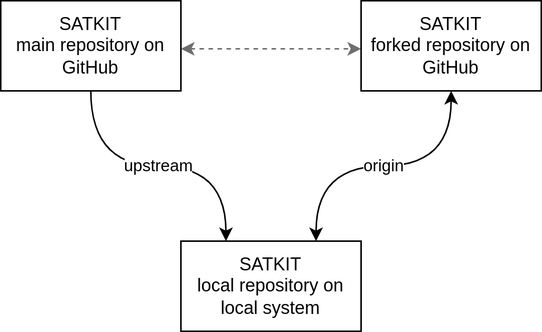
giuthas/satkit keeps this draw.io diagram as docs/forking_satkit.drawio.png. Above is the earlier version. Source tidied: cells renumbered, new cells last; positions are measured from the earlier drawing's top-left corner, leaving out a move shared by most shapes. Source of this version:
```xml
<mxGraphModel>
  <root>
    <mxCell id="0" />
    <mxCell id="1" parent="0" />
    <mxCell id="2" value="upstream" style="edgeStyle=orthogonalEdgeStyle;rounded=0;jettySize=auto;html=1;exitX=0.5;exitY=1;exitDx=0;exitDy=0;entryX=0.25;entryY=0;entryDx=0;entryDy=0;curved=1;" parent="1" edge="1" source="4" target="7">
      <mxGeometry relative="1" as="geometry" />
    </mxCell>
    <mxCell id="3" style="edgeStyle=orthogonalEdgeStyle;rounded=0;orthogonalLoop=1;jettySize=auto;html=1;exitX=1;exitY=0.5;exitDx=0;exitDy=0;startArrow=classic;startFill=1;endArrow=classic;endFill=1;dashed=1;strokeColor=#6E6E6E;" parent="1" edge="1">
      <mxGeometry relative="1" as="geometry">
        <mxPoint x="120" y="32" as="sourcePoint" />
        <mxPoint x="240" y="32" as="targetPoint" />
      </mxGeometry>
    </mxCell>
    <mxCell id="4" value="SATKIT&lt;br&gt;main repository on GitHub" style="rounded=0;whiteSpace=wrap;html=1;" parent="1" vertex="1">
      <mxGeometry width="120" height="60" as="geometry" />
    </mxCell>
    <mxCell id="5" value="origin" style="edgeStyle=orthogonalEdgeStyle;rounded=0;jettySize=auto;html=1;exitX=0.5;exitY=1;exitDx=0;exitDy=0;entryX=0.75;entryY=0;entryDx=0;entryDy=0;endArrow=classic;endFill=1;startArrow=classic;startFill=1;curved=1;" parent="1" edge="1" source="6" target="7">
      <mxGeometry relative="1" as="geometry" />
    </mxCell>
    <mxCell id="6" value="SATKIT&lt;br&gt;forked repository on GitHub" style="rounded=0;whiteSpace=wrap;html=1;" parent="1" vertex="1">
      <mxGeometry x="240" width="120" height="60" as="geometry" />
    </mxCell>
    <mxCell id="7" value="SATKIT&lt;br&gt;local repository on local system" style="rounded=0;whiteSpace=wrap;html=1;" parent="1" vertex="1">
      <mxGeometry x="120" y="160" width="120" height="60" as="geometry" />
    </mxCell>
  </root>
</mxGraphModel>
```
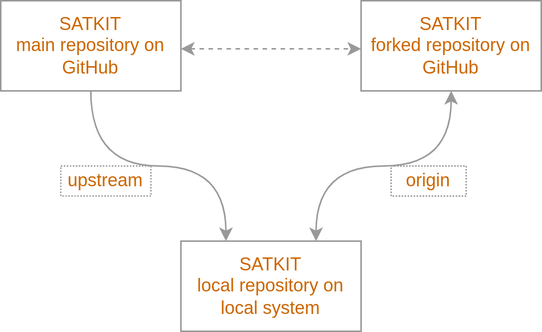
After the change.

Change to the diagram source:
```diff
@@ -2,26 +2,36 @@
   <root>
     <mxCell id="0" />
     <mxCell id="1" parent="0" />
-    <mxCell id="2" value="upstream" style="edgeStyle=orthogonalEdgeStyle;rounded=0;jettySize=auto;html=1;exitX=0.5;exitY=1;exitDx=0;exitDy=0;entryX=0.25;entryY=0;entryDx=0;entryDy=0;curved=1;" parent="1" edge="1" source="4" target="7">
-      <mxGeometry relative="1" as="geometry" />
+    <mxCell id="2" style="edgeStyle=orthogonalEdgeStyle;rounded=0;jettySize=auto;html=1;exitX=0.5;exitY=1;exitDx=0;exitDy=0;entryX=0.25;entryY=0;entryDx=0;entryDy=0;curved=1;labelBackgroundColor=none;strokeColor=#999999;fontColor=#CC6600;" parent="1" edge="1" source="4" target="7">
+      <mxGeometry x="-0.47" y="-149" relative="1" as="geometry">
+        <mxPoint x="-50" y="-9" as="offset" />
+      </mxGeometry>
     </mxCell>
-    <mxCell id="3" style="edgeStyle=orthogonalEdgeStyle;rounded=0;orthogonalLoop=1;jettySize=auto;html=1;exitX=1;exitY=0.5;exitDx=0;exitDy=0;startArrow=classic;startFill=1;endArrow=classic;endFill=1;dashed=1;strokeColor=#6E6E6E;" parent="1" edge="1">
+    <mxCell id="3" style="edgeStyle=orthogonalEdgeStyle;rounded=0;orthogonalLoop=1;jettySize=auto;html=1;exitX=1;exitY=0.5;exitDx=0;exitDy=0;startArrow=classic;startFill=1;endArrow=classic;endFill=1;dashed=1;strokeColor=#999999;labelBackgroundColor=none;fontColor=#CC6600;" parent="1" edge="1">
       <mxGeometry relative="1" as="geometry">
         <mxPoint x="120" y="32" as="sourcePoint" />
         <mxPoint x="240" y="32" as="targetPoint" />
       </mxGeometry>
     </mxCell>
-    <mxCell id="4" value="SATKIT&lt;br&gt;main repository on GitHub" style="rounded=0;whiteSpace=wrap;html=1;" parent="1" vertex="1">
+    <mxCell id="4" value="SATKIT&lt;br&gt;main repository on GitHub" style="rounded=0;whiteSpace=wrap;html=1;fontColor=#CC6600;labelBackgroundColor=none;fillColor=none;strokeColor=#999999;" parent="1" vertex="1">
       <mxGeometry width="120" height="60" as="geometry" />
     </mxCell>
-    <mxCell id="5" value="origin" style="edgeStyle=orthogonalEdgeStyle;rounded=0;jettySize=auto;html=1;exitX=0.5;exitY=1;exitDx=0;exitDy=0;entryX=0.75;entryY=0;entryDx=0;entryDy=0;endArrow=classic;endFill=1;startArrow=classic;startFill=1;curved=1;" parent="1" edge="1" source="6" target="7">
-      <mxGeometry relative="1" as="geometry" />
+    <mxCell id="5" style="edgeStyle=orthogonalEdgeStyle;rounded=0;jettySize=auto;html=1;exitX=0.5;exitY=1;exitDx=0;exitDy=0;entryX=0.75;entryY=0;entryDx=0;entryDy=0;endArrow=classic;endFill=1;startArrow=classic;startFill=1;curved=1;labelBackgroundColor=none;strokeColor=#999999;fontColor=#CC6600;labelBorderColor=#999999;" parent="1" edge="1" source="6" target="7">
+      <mxGeometry x="-0.47" y="76" relative="1" as="geometry">
+        <mxPoint x="30" y="-6" as="offset" />
+      </mxGeometry>
     </mxCell>
-    <mxCell id="6" value="SATKIT&lt;br&gt;forked repository on GitHub" style="rounded=0;whiteSpace=wrap;html=1;" parent="1" vertex="1">
+    <mxCell id="6" value="SATKIT&lt;br&gt;forked repository on GitHub" style="rounded=0;whiteSpace=wrap;html=1;fontColor=#CC6600;labelBackgroundColor=none;fillColor=none;strokeColor=#999999;" parent="1" vertex="1">
       <mxGeometry x="240" width="120" height="60" as="geometry" />
     </mxCell>
-    <mxCell id="7" value="SATKIT&lt;br&gt;local repository on local system" style="rounded=0;whiteSpace=wrap;html=1;" parent="1" vertex="1">
+    <mxCell id="7" value="SATKIT&lt;br&gt;local repository on local system" style="rounded=0;whiteSpace=wrap;html=1;fontColor=#CC6600;labelBackgroundColor=none;fillColor=none;strokeColor=#999999;" parent="1" vertex="1">
       <mxGeometry x="120" y="160" width="120" height="60" as="geometry" />
     </mxCell>
+    <mxCell id="8" value="origin&lt;br&gt;" style="rounded=0;whiteSpace=wrap;html=1;fontColor=#CC6600;labelBackgroundColor=none;fillColor=none;strokeColor=#999999;sketch=0;glass=0;dashed=1;dashPattern=1 1;" parent="1" vertex="1">
+      <mxGeometry x="260" y="110" width="50" height="20" as="geometry" />
+    </mxCell>
+    <mxCell id="9" value="upstream" style="rounded=0;whiteSpace=wrap;html=1;fontColor=#CC6600;labelBackgroundColor=none;fillColor=none;strokeColor=#999999;sketch=0;glass=0;dashed=1;dashPattern=1 1;" parent="1" vertex="1">
+      <mxGeometry x="40" y="110" width="60" height="20" as="geometry" />
+    </mxCell>
   </root>
 </mxGraphModel>
```
